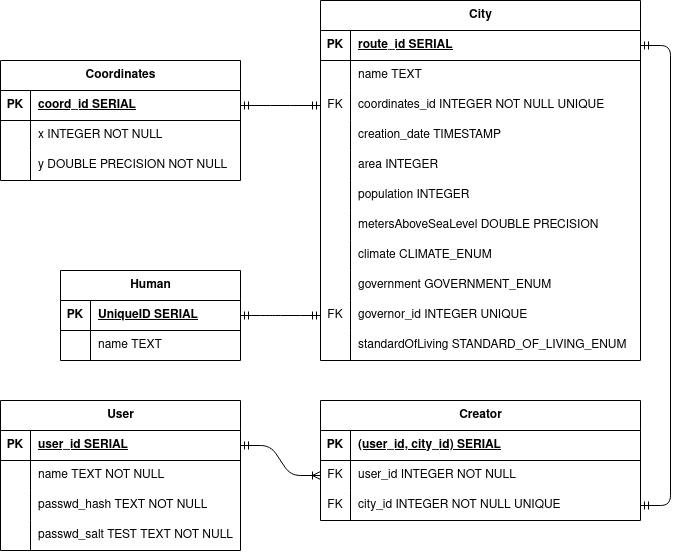
Above: lab7/docs/Database.drawio.png in worthant/Java-labs (draw.io), before the change. Source tidied: cells renumbered, new cells last; positions are measured from the earlier drawing's top-left corner, leaving out a move shared by most shapes.
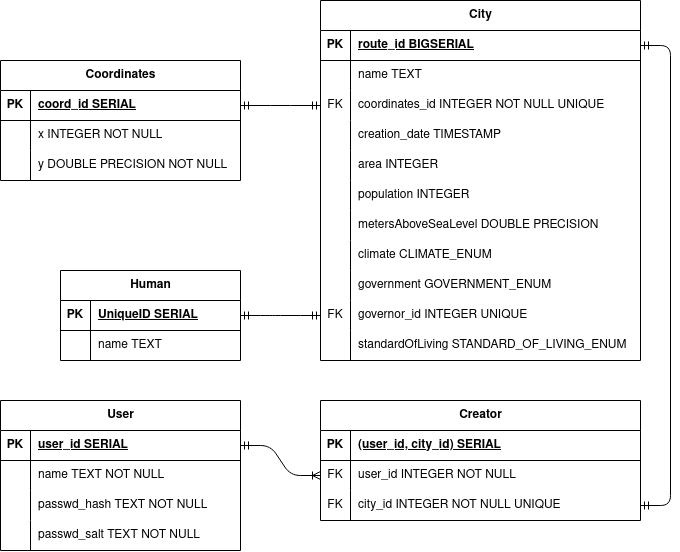
The same diagram one commit later.

Diff of the diagram source:
```diff
@@ -11,7 +11,7 @@
     <mxCell id="4" value="PK" style="shape=partialRectangle;fillColor=none;top=0;left=0;bottom=0;right=0;fontStyle=1;overflow=hidden;whiteSpace=wrap;html=1;" parent="3" vertex="1">
       <mxGeometry width="30" height="30" as="geometry" />
     </mxCell>
-    <mxCell id="5" value="route_id SERIAL" style="shape=partialRectangle;fillColor=none;top=0;left=0;bottom=0;right=0;align=left;spacingLeft=6;fontStyle=5;overflow=hidden;whiteSpace=wrap;html=1;" parent="3" vertex="1">
+    <mxCell id="5" value="route_id BIGSERIAL" style="shape=partialRectangle;fillColor=none;top=0;left=0;bottom=0;right=0;align=left;spacingLeft=6;fontStyle=5;overflow=hidden;whiteSpace=wrap;html=1;" parent="3" vertex="1">
       <mxGeometry x="30" width="290" height="30" as="geometry" />
     </mxCell>
     <mxCell id="6" style="shape=tableRow;horizontal=0;startSize=0;swimlaneHead=0;swimlaneBody=0;fillColor=none;top=0;left=0;right=0;bottom=0;" parent="2" vertex="1">
@@ -200,7 +200,7 @@
     <mxCell id="67" style="shape=partialRectangle;fillColor=none;top=0;left=0;bottom=0;right=0;overflow=hidden;whiteSpace=wrap;html=1;" parent="66" vertex="1">
       <mxGeometry width="30" height="30" as="geometry" />
     </mxCell>
-    <mxCell id="68" value="passwd_salt TEST TEXT NOT NULL" style="shape=partialRectangle;fillColor=none;top=0;left=0;bottom=0;right=0;align=left;spacingLeft=6;overflow=hidden;whiteSpace=wrap;html=1;" parent="66" vertex="1">
+    <mxCell id="68" value="passwd_salt TEXT NOT NULL" style="shape=partialRectangle;fillColor=none;top=0;left=0;bottom=0;right=0;align=left;spacingLeft=6;overflow=hidden;whiteSpace=wrap;html=1;" parent="66" vertex="1">
       <mxGeometry x="30" width="210" height="30" as="geometry" />
     </mxCell>
     <mxCell id="69" value="Creator" style="shape=table;startSize=30;rowLines=0;fontStyle=1;align=center;html=1;" parent="1" vertex="1">
```
